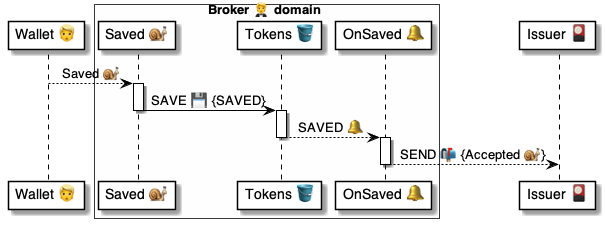
Earlier version of the PlantUML export 4 ⚙️ Solution/20 🧑‍🦰 UI/Brokers 🤵/🤵🪣 Broker tables/Tokens 🎫 table/🪣🔔 5 Saved/🤵 OnTokenSaved ⚙️ uml.png (pollyweb-org/pollyweb-docs). Its source is kept beside it as 4 ⚙️ Solution/20 🧑‍🦰 UI/Brokers 🤵/🤵🪣 Broker tables/Tokens 🎫 table/🪣🔔 5 Saved/🤵 OnTokenSaved ⚙️ uml.puml.
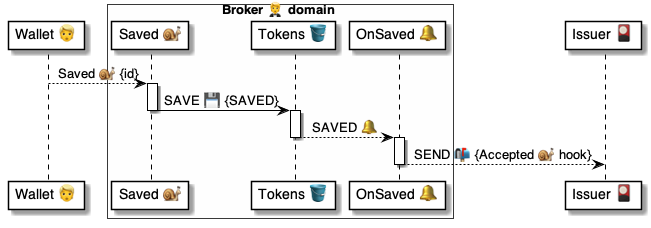
The same diagram one commit later.

Diff of the diagram source:
```diff
@@ -10,7 +10,7 @@
 
 participant "Issuer 🎴" as issuer
 
-wallet --> script: Saved 🐌
+wallet --> script: Saved 🐌 {id}
 
 activate script
     script -> tokens: SAVE 💾 {SAVED}
@@ -21,7 +21,7 @@
 deactivate tokens
 
 activate change
-    change --> issuer: SEND 📬 {Accepted 🐌}
+    change --> issuer: SEND 📬 {Accepted 🐌 hook}
 deactivate change
 
 @enduml
```
